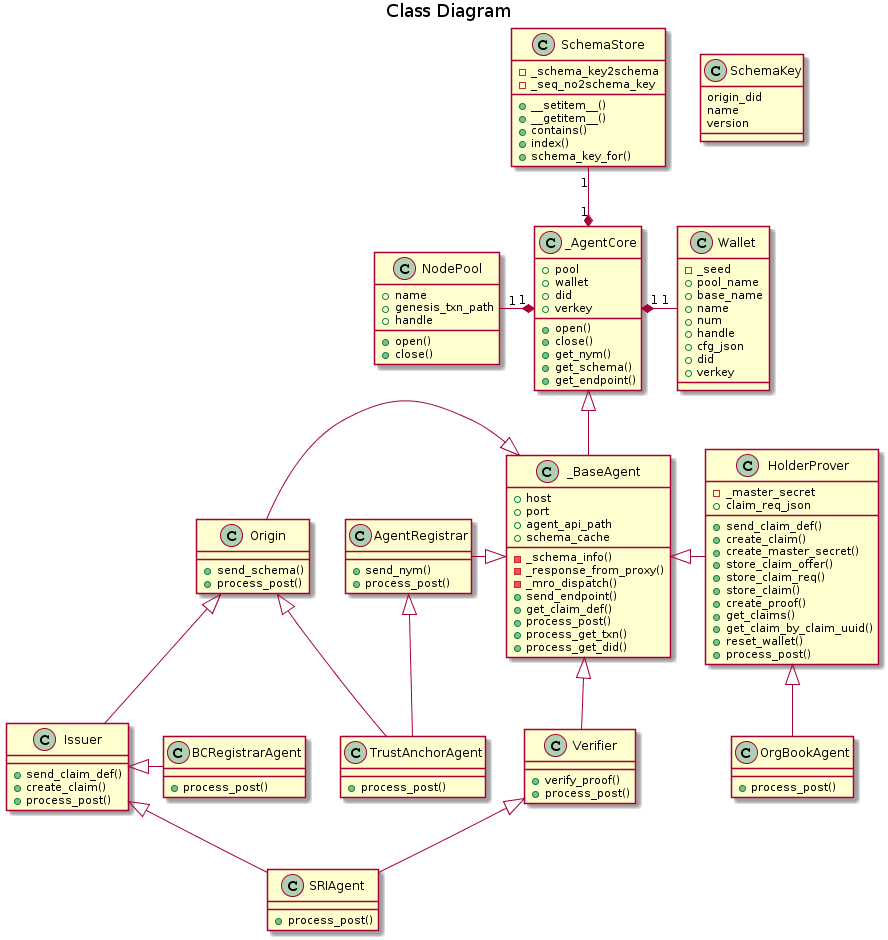
Before: doc/pic/class.png, a diagram exported from PlantUML (PSPC-SPAC-buyandsell/von_base).
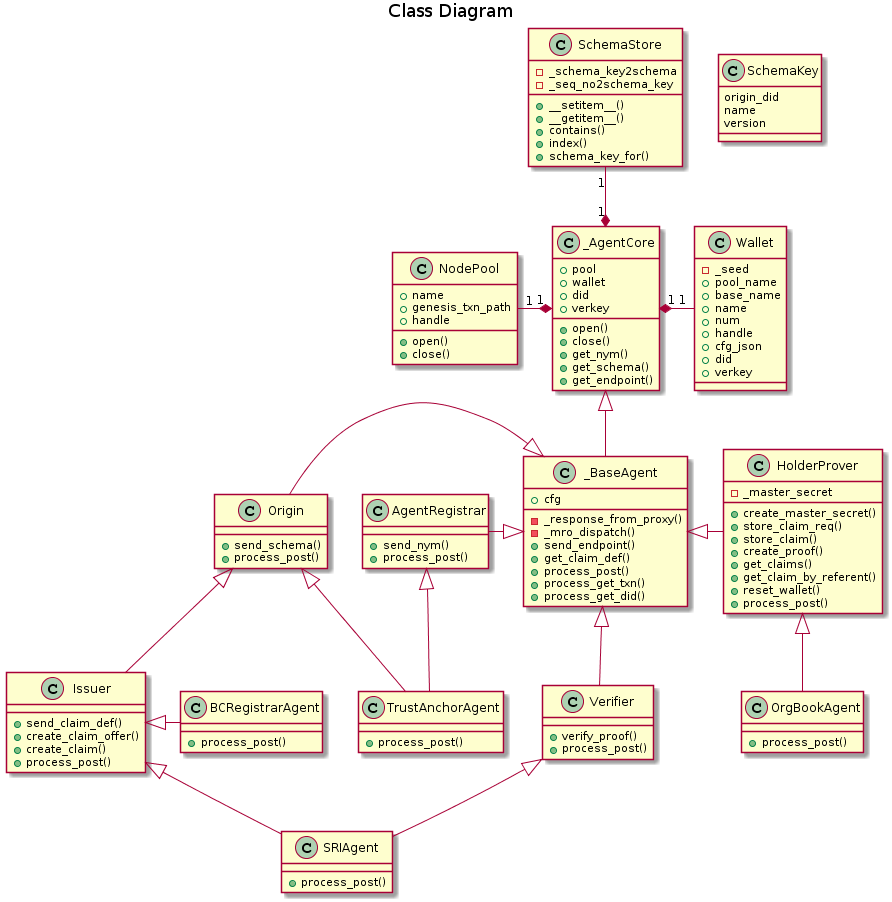
Later version of the same file.

Commit message:
track indy-sdk 1.3.1-dev-408, baking proof of issuer into claim offer

Change to the diagram source:
```diff
@@ -51,11 +51,7 @@
 }
 
 class _BaseAgent {
-    +host
-    +port
-    +agent_api_path
-    +schema_cache
-    -_schema_info()
+    +cfg
     -_response_from_proxy()
     -_mro_dispatch()
     +send_endpoint()
@@ -77,22 +73,19 @@
 
 class Issuer {
     +send_claim_def()
+    +create_claim_offer()
     +create_claim()
     +process_post()
 }
 
 class HolderProver {
     -_master_secret
-    +claim_req_json
-    +send_claim_def()
-    +create_claim()
     +create_master_secret()
-    +store_claim_offer()
     +store_claim_req()
     +store_claim()
     +create_proof()
     +get_claims()
-    +get_claim_by_claim_uuid()
+    +get_claim_by_referent()
     +reset_wallet()
     +process_post()
 }
```
